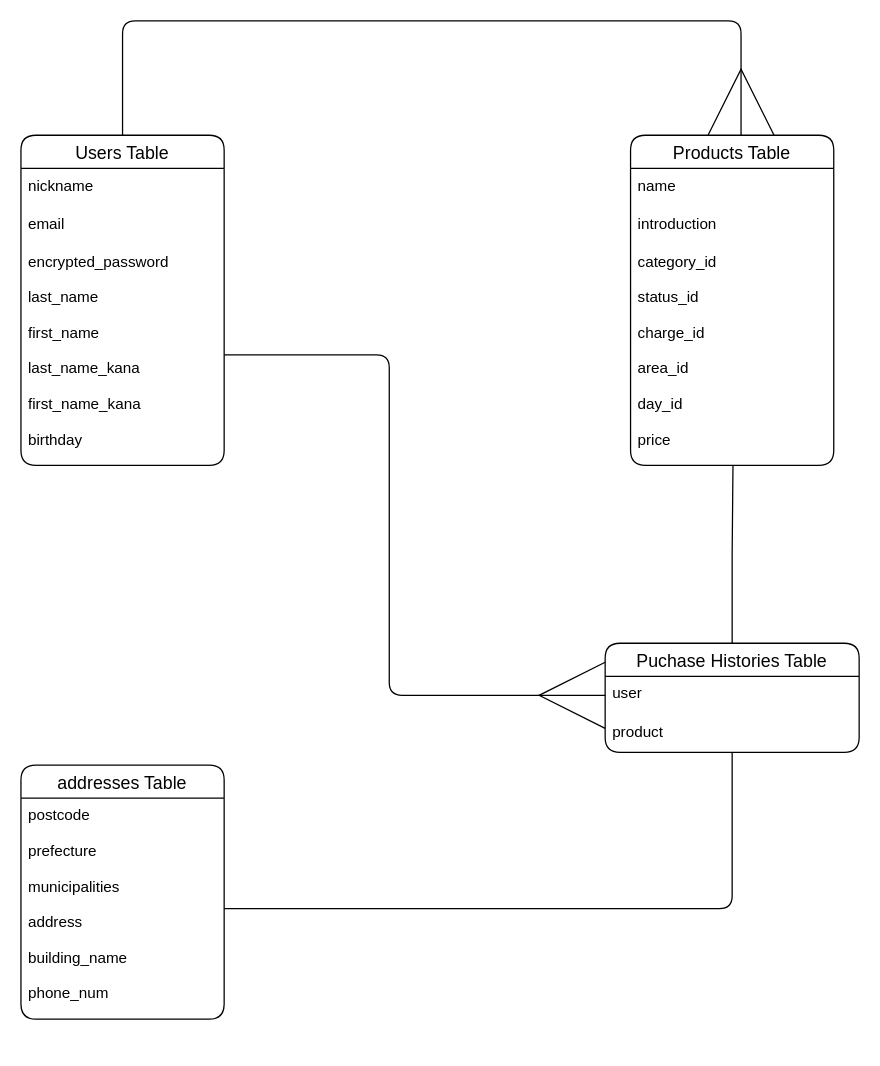
The draw.io diagram furima.dio in nishipee/furima-35493, before the edit. Source tidied: cells renumbered, new cells numbered last; positions are measured from the earlier drawing's top-left corner, leaving out a move shared by most shapes. Both pictures are drawn from the tidied source at 127%, with x=0, y=0 at pixel (20, 20).
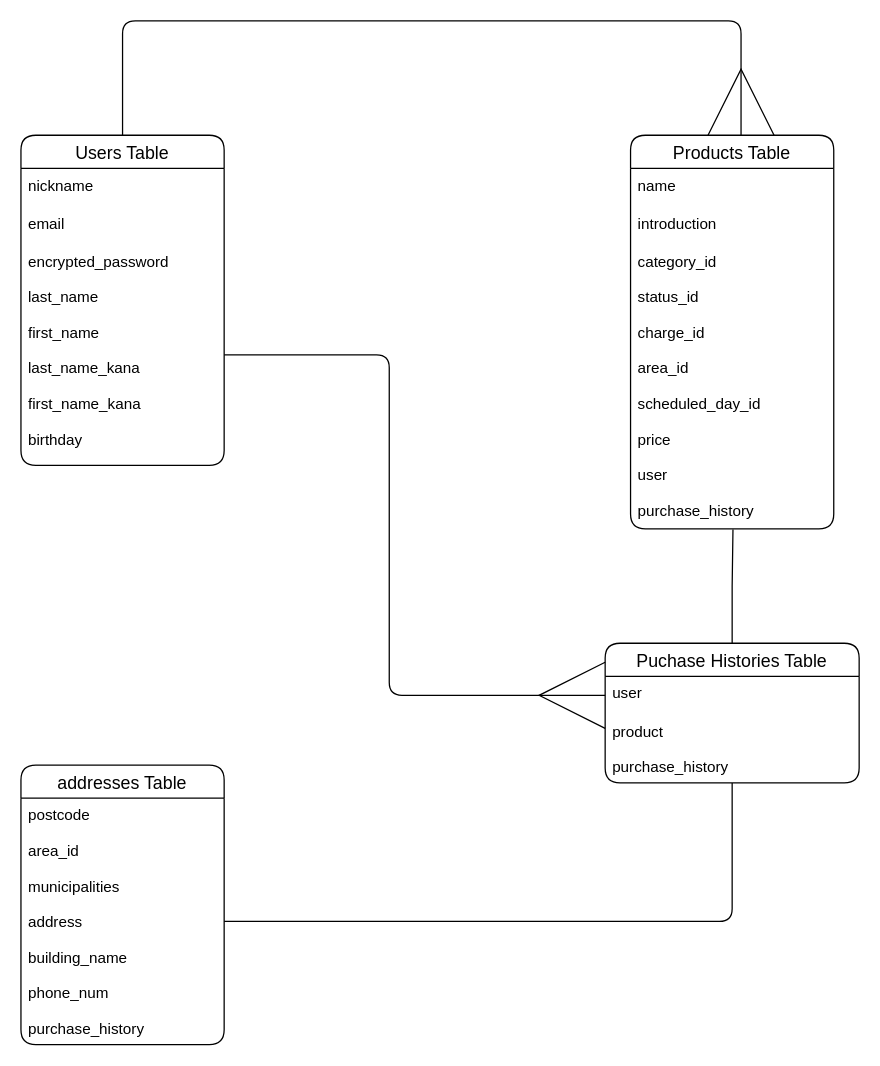
The same diagram, later.

Commit message (it also covers changes not shown here):
データベース設計-修正3

What changed in the source:
```diff
@@
     <mxCell id="6" value="Products Table" style="swimlane;fontStyle=0;horizontal=1;startSize=26;align=center;fontSize=14;rounded=1;" parent="1" vertex="1">
-      <mxGeometry x="480" y="90" width="160" height="260" as="geometry" />
+      <mxGeometry x="480" y="90" width="160" height="310" as="geometry" />
     </mxCell>
@@
-    <mxCell id="9" value="category_id&#10;&#10;status_id&#10;&#10;charge_id&#10;&#10;area_id&#10;&#10;day_id&#10;&#10;price" style="text;strokeColor=none;fillColor=none;spacingLeft=4;spacingRight=4;overflow=hidden;points=[[0,0.5],[1,0.5]];portConstraint=eastwest;fontSize=12;rounded=1;" parent="6" vertex="1">
-      <mxGeometry y="86" width="160" height="174" as="geometry" />
+    <mxCell id="9" value="category_id&#10;&#10;status_id&#10;&#10;charge_id&#10;&#10;area_id&#10;&#10;scheduled_day_id&#10;&#10;price&#10;&#10;user&#10;&#10;purchase_history" style="text;strokeColor=none;fillColor=none;spacingLeft=4;spacingRight=4;overflow=hidden;points=[[0,0.5],[1,0.5]];portConstraint=eastwest;fontSize=12;rounded=1;" parent="6" vertex="1">
+      <mxGeometry y="86" width="160" height="224" as="geometry" />
     </mxCell>
     <mxCell id="10" value="addresses Table" style="swimlane;fontStyle=0;horizontal=1;startSize=26;align=center;fontSize=14;rounded=1;" parent="1" vertex="1">
-      <mxGeometry y="586" width="160" height="200" as="geometry" />
+      <mxGeometry y="586" width="160" height="220" as="geometry" />
     </mxCell>
-    <mxCell id="11" value="postcode&#10;&#10;prefecture&#10;&#10;municipalities&#10;&#10;address&#10;&#10;building_name&#10;&#10;phone_num" style="text;strokeColor=none;fillColor=none;spacingLeft=4;spacingRight=4;overflow=hidden;points=[[0,0.5],[1,0.5]];portConstraint=eastwest;fontSize=12;rounded=1;" parent="10" vertex="1">
-      <mxGeometry y="26" width="160" height="174" as="geometry" />
+    <mxCell id="11" value="postcode&#10;&#10;area_id&#10;&#10;municipalities&#10;&#10;address&#10;&#10;building_name&#10;&#10;phone_num&#10;&#10;purchase_history" style="text;strokeColor=none;fillColor=none;spacingLeft=4;spacingRight=4;overflow=hidden;points=[[0,0.5],[1,0.5]];portConstraint=eastwest;fontSize=12;rounded=1;" parent="10" vertex="1">
+      <mxGeometry y="26" width="160" height="194" as="geometry" />
     </mxCell>
@@
     <mxCell id="15" value="Puchase Histories Table" style="swimlane;fontStyle=0;horizontal=1;startSize=26;align=center;fontSize=14;rounded=1;" parent="1" vertex="1">
-      <mxGeometry x="460" y="490" width="200" height="86" as="geometry" />
+      <mxGeometry x="460" y="490" width="200" height="110" as="geometry" />
     </mxCell>
@@
-    <mxCell id="17" value="product" style="text;strokeColor=none;fillColor=none;spacingLeft=4;spacingRight=4;overflow=hidden;fontSize=12;" parent="15" vertex="1">
-      <mxGeometry y="56" width="200" height="30" as="geometry" />
+    <mxCell id="17" value="product&#10;&#10;purchase_history" style="text;strokeColor=none;fillColor=none;spacingLeft=4;spacingRight=4;overflow=hidden;fontSize=12;" parent="15" vertex="1">
+      <mxGeometry y="56" width="200" height="54" as="geometry" />
     </mxCell>
```
